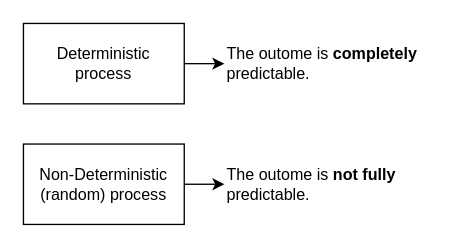
Above: page "events" (1 of 9) of src/resources/probability.drawio in harleylara/robotics (draw.io), before the change. Source tidied: cells renumbered, new cells numbered last; positions are measured from the earlier drawing's top-left corner, leaving out a move shared by most shapes. Both pictures are drawn from the tidied source at 134%, with x=0, y=0 at pixel (23, 23).
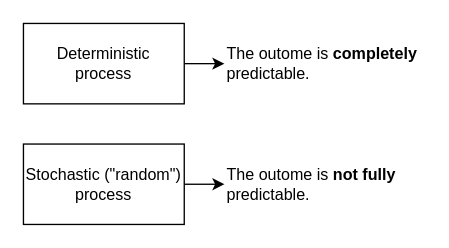
The same page after the edit.

Diff of the diagram source:
```diff
@@
 <mxGraphModel>
   <root>
     <mxCell id="0" />
     <mxCell id="1" parent="0" />
     <mxCell id="2" value="The outome is &lt;b&gt;completely &lt;/b&gt;predictable." style="text;html=1;strokeColor=none;fillColor=none;align=left;verticalAlign=middle;whiteSpace=wrap;rounded=0;" parent="1" vertex="1">
       <mxGeometry x="150" y="15" width="150" height="30" as="geometry" />
     </mxCell>
     <mxCell id="3" style="rounded=0;jettySize=auto;html=1;exitX=1;exitY=0.5;exitDx=0;exitDy=0;entryX=0;entryY=0.5;entryDx=0;entryDy=0;" parent="1" edge="1" source="4" target="2">
       <mxGeometry relative="1" as="geometry" />
     </mxCell>
     <mxCell id="4" value="Deterministic&lt;br&gt;process" style="rounded=0;whiteSpace=wrap;html=1;" parent="1" vertex="1">
       <mxGeometry width="120" height="60" as="geometry" />
     </mxCell>
     <mxCell id="5" style="edgeStyle=orthogonalEdgeStyle;rounded=0;jettySize=auto;html=1;exitX=1;exitY=0.5;exitDx=0;exitDy=0;entryX=0;entryY=0.5;entryDx=0;entryDy=0;" parent="1" edge="1" source="6" target="7">
       <mxGeometry relative="1" as="geometry" />
     </mxCell>
-    <mxCell id="6" value="Non-Deterministic (random) process" style="rounded=0;whiteSpace=wrap;html=1;" parent="1" vertex="1">
+    <mxCell id="6" value="Stochastic (&quot;random&quot;) process" style="rounded=0;whiteSpace=wrap;html=1;" parent="1" vertex="1">
       <mxGeometry y="90" width="120" height="60" as="geometry" />
     </mxCell>
     <mxCell id="7" value="The outome is &lt;b&gt;not fully&lt;/b&gt; predictable." style="text;html=1;strokeColor=none;fillColor=none;align=left;verticalAlign=middle;whiteSpace=wrap;rounded=0;" parent="1" vertex="1">
       <mxGeometry x="150" y="105" width="150" height="30" as="geometry" />
     </mxCell>
   </root>
 </mxGraphModel>
```
